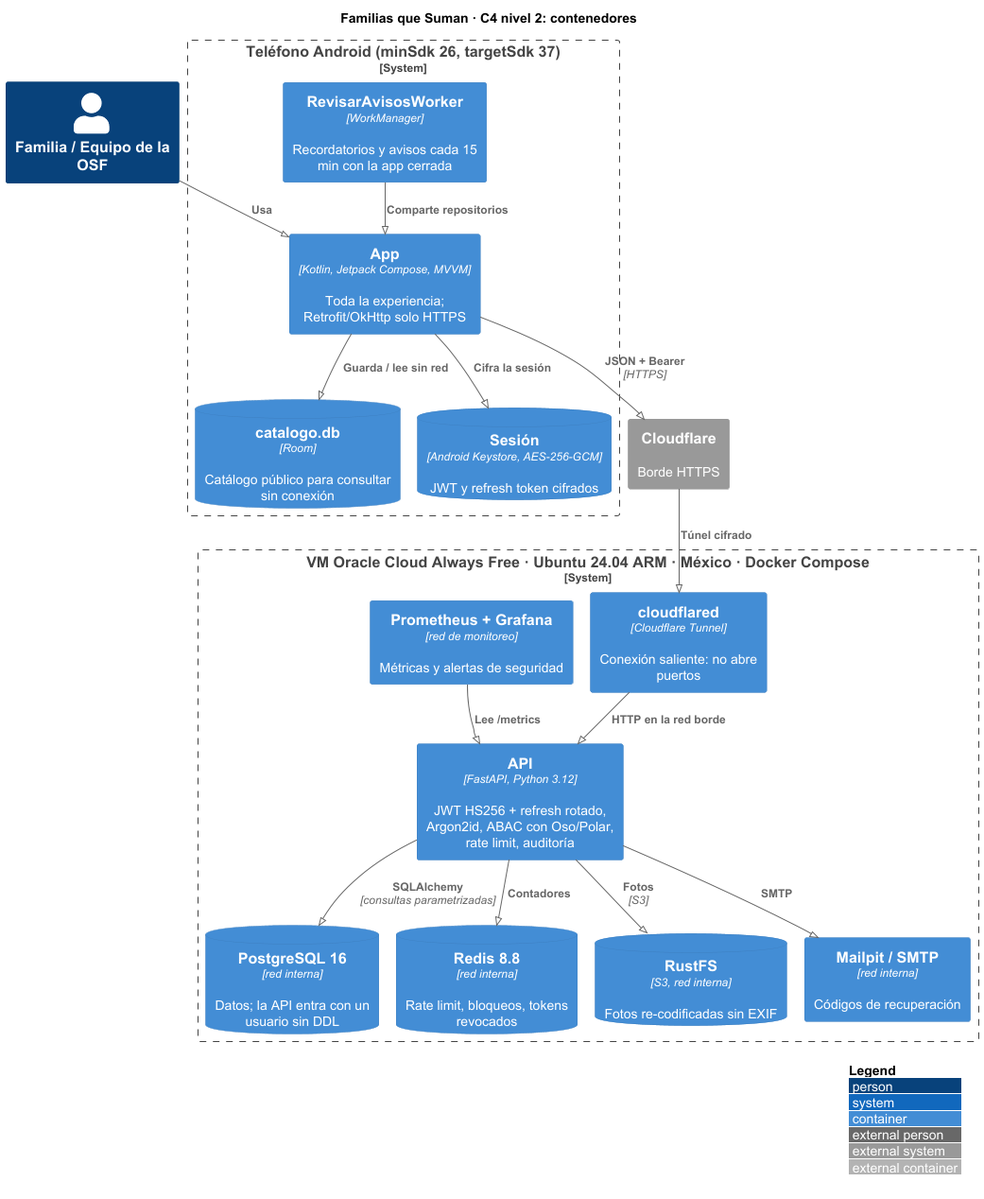
The PlantUML diagram docs/entrega-3/img/c4-2-contenedores.png in albertolopezb/familias-que-suman, before a commit. The source it was exported from:
```plantuml
@startuml c4-2-contenedores
!pragma layout smetana
!include <C4/C4_Container>
LAYOUT_WITH_LEGEND()
title Familias que Suman · C4 nivel 2: contenedores

Person(familia, "Familia / Equipo de la OSF")
System_Boundary(tel, "Teléfono Android (minSdk 26, targetSdk 37)") {
  Container(app, "App", "Kotlin, Jetpack Compose, MVVM", "Toda la experiencia; Retrofit/OkHttp solo HTTPS")
  ContainerDb(room, "catalogo.db", "Room", "Catálogo público para consultar sin conexión")
  ContainerDb(ks, "Sesión", "Android Keystore, AES-256-GCM", "JWT y refresh token cifrados")
  Container(wm, "RevisarAvisosWorker", "WorkManager", "Recordatorios y avisos cada 15 min con la app cerrada")
}
System_Ext(cf, "Cloudflare", "Borde HTTPS")
System_Boundary(vm, "VM Oracle Cloud Always Free · Ubuntu 24.04 ARM · México · Docker Compose") {
  Container(tunel, "cloudflared", "Cloudflare Tunnel", "Conexión saliente: no abre puertos")
  Container(api, "API", "FastAPI, Python 3.12", "JWT HS256 + refresh rotado, Argon2id, ABAC con Oso/Polar, rate limit, auditoría")
  ContainerDb(db, "PostgreSQL 16", "red interna", "Datos; la API entra con un usuario sin DDL")
  ContainerDb(redis, "Redis 8.8", "red interna", "Rate limit, bloqueos, tokens revocados")
  ContainerDb(s3, "RustFS", "S3, red interna", "Fotos re-codificadas sin EXIF")
  Container(mail, "Mailpit / SMTP", "red interna", "Códigos de recuperación")
  Container(mon, "Prometheus + Grafana", "red de monitoreo", "Métricas y alertas de seguridad")
}

Rel(familia, app, "Usa")
Rel(app, room, "Guarda / lee sin red")
Rel(app, ks, "Cifra la sesión")
Rel(wm, app, "Comparte repositorios")
Rel(app, cf, "JSON + Bearer", "HTTPS")
Rel(cf, tunel, "Túnel cifrado")
Rel(tunel, api, "HTTP en la red borde")
Rel(api, db, "SQLAlchemy", "consultas parametrizadas")
Rel(api, redis, "Contadores")
Rel(api, s3, "Fotos", "S3")
Rel(api, mail, "SMTP")
Rel(mon, api, "Lee /metrics")
@enduml
```
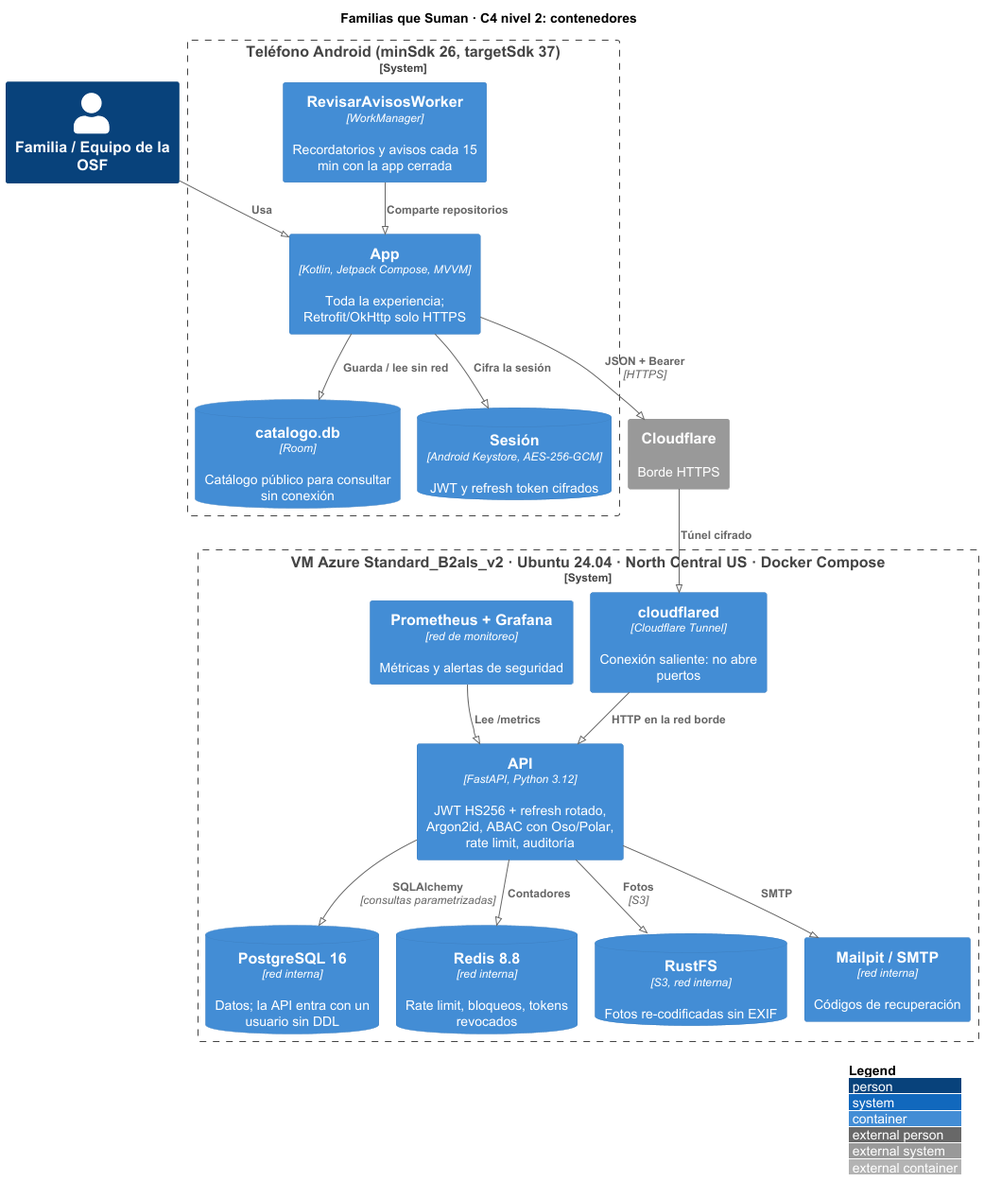
After the change.

Change to the diagram source:
```diff
@@ -12,7 +12,7 @@
   Container(wm, "RevisarAvisosWorker", "WorkManager", "Recordatorios y avisos cada 15 min con la app cerrada")
 }
 System_Ext(cf, "Cloudflare", "Borde HTTPS")
-System_Boundary(vm, "VM Oracle Cloud Always Free · Ubuntu 24.04 ARM · México · Docker Compose") {
+System_Boundary(vm, "VM Azure Standard_B2als_v2 · Ubuntu 24.04 · North Central US · Docker Compose") {
   Container(tunel, "cloudflared", "Cloudflare Tunnel", "Conexión saliente: no abre puertos")
   Container(api, "API", "FastAPI, Python 3.12", "JWT HS256 + refresh rotado, Argon2id, ABAC con Oso/Polar, rate limit, auditoría")
   ContainerDb(db, "PostgreSQL 16", "red interna", "Datos; la API entra con un usuario sin DDL")
```
